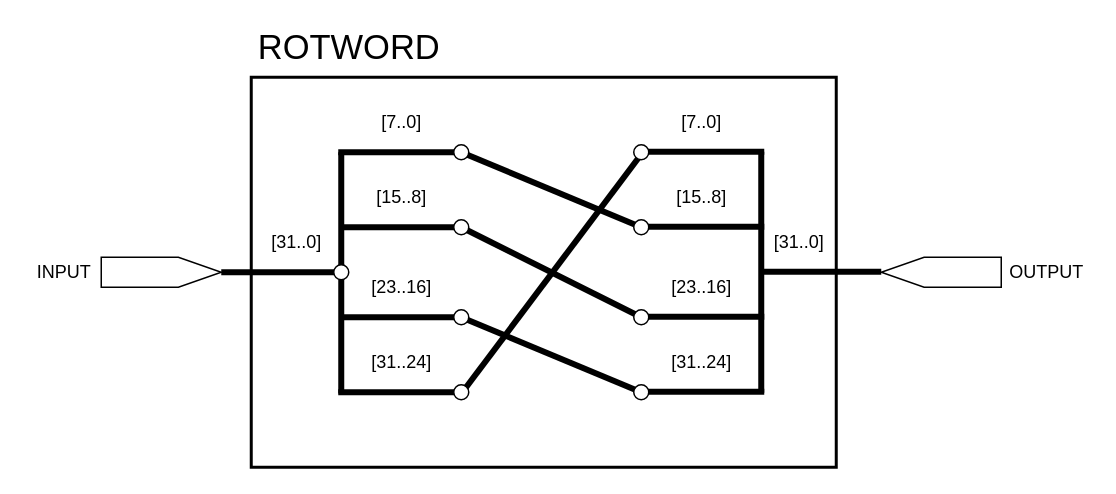
Before: Diagrams/KeyExpansion/RotWord.drawio in hohaicongthuan/Project-1, a draw.io diagram. Source tidied: cells renumbered, new cells numbered last; positions are measured from the earlier drawing's top-left corner, leaving out a move shared by most shapes. Both pictures are drawn from the tidied source at 150%, with x=0, y=0 at pixel (26, 32).
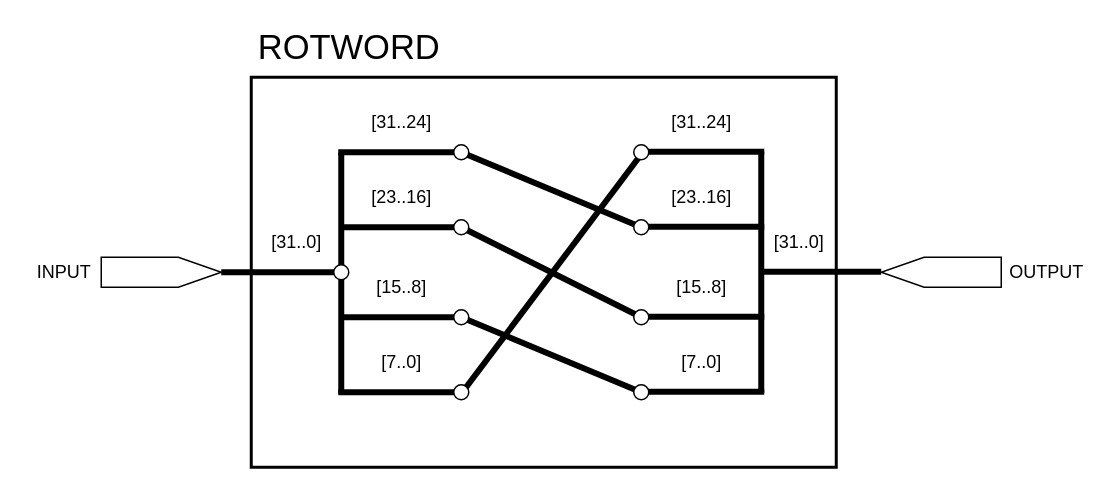
The same diagram, later.

Diff of the diagram source:
```diff
@@
-    <mxCell id="20" value="[7..0]" style="text;html=1;align=center;verticalAlign=middle;" parent="1" vertex="1">
-      <mxGeometry x="230" y="50" width="40" height="20" as="geometry" />
+    <mxCell id="20" value="[31..24]" style="text;html=1;align=center;verticalAlign=middle;" parent="1" vertex="1">
+      <mxGeometry x="220" y="50" width="60" height="20" as="geometry" />
     </mxCell>
-    <mxCell id="21" value="[15..8]" style="text;html=1;align=center;verticalAlign=middle;" parent="1" vertex="1">
-      <mxGeometry x="225" y="100" width="50" height="20" as="geometry" />
+    <mxCell id="21" value="[23..16]" style="text;html=1;align=center;verticalAlign=middle;" parent="1" vertex="1">
+      <mxGeometry x="220" y="100" width="60" height="20" as="geometry" />
     </mxCell>
-    <mxCell id="22" value="[23..16]" style="text;html=1;align=center;verticalAlign=middle;" parent="1" vertex="1">
-      <mxGeometry x="220" y="160" width="60" height="20" as="geometry" />
+    <mxCell id="22" value="[15..8]" style="text;html=1;align=center;verticalAlign=middle;" parent="1" vertex="1">
+      <mxGeometry x="225" y="160" width="50" height="20" as="geometry" />
     </mxCell>
-    <mxCell id="23" value="[31..24]" style="text;html=1;align=center;verticalAlign=middle;" parent="1" vertex="1">
-      <mxGeometry x="220" y="210" width="60" height="20" as="geometry" />
+    <mxCell id="23" value="[7..0]" style="text;html=1;align=center;verticalAlign=middle;" parent="1" vertex="1">
+      <mxGeometry x="230" y="210" width="40" height="20" as="geometry" />
     </mxCell>
-    <mxCell id="24" value="[7..0]" style="text;html=1;align=center;verticalAlign=middle;" parent="1" vertex="1">
-      <mxGeometry x="430" y="50" width="40" height="20" as="geometry" />
+    <mxCell id="24" value="[31..24]" style="text;html=1;align=center;verticalAlign=middle;" parent="1" vertex="1">
+      <mxGeometry x="420" y="50" width="60" height="20" as="geometry" />
     </mxCell>
-    <mxCell id="25" value="[15..8]" style="text;html=1;align=center;verticalAlign=middle;" parent="1" vertex="1">
-      <mxGeometry x="425" y="100" width="50" height="20" as="geometry" />
+    <mxCell id="25" value="[23..16]" style="text;html=1;align=center;verticalAlign=middle;" parent="1" vertex="1">
+      <mxGeometry x="420" y="100" width="60" height="20" as="geometry" />
     </mxCell>
-    <mxCell id="26" value="[23..16]" style="text;html=1;align=center;verticalAlign=middle;" parent="1" vertex="1">
-      <mxGeometry x="420" y="160" width="60" height="20" as="geometry" />
+    <mxCell id="26" value="[15..8]" style="text;html=1;align=center;verticalAlign=middle;" parent="1" vertex="1">
+      <mxGeometry x="425" y="160" width="50" height="20" as="geometry" />
     </mxCell>
-    <mxCell id="27" value="[31..24]" style="text;html=1;align=center;verticalAlign=middle;" parent="1" vertex="1">
-      <mxGeometry x="420" y="210" width="60" height="20" as="geometry" />
+    <mxCell id="27" value="[7..0]" style="text;html=1;align=center;verticalAlign=middle;" parent="1" vertex="1">
+      <mxGeometry x="430" y="210" width="40" height="20" as="geometry" />
     </mxCell>
```
